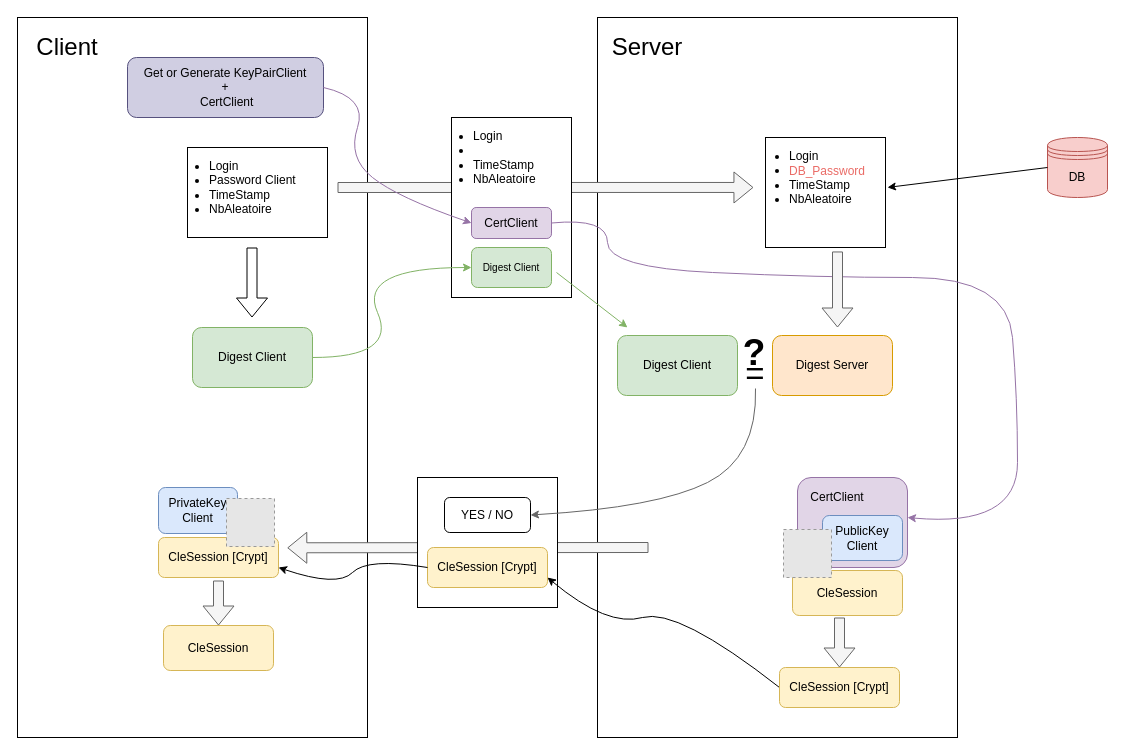
This is .Documentation/.RTI_Schema/LoginPayement_Secure.drawio from bastin-thomas/Fruit_MarketPlace_Secured, a draw.io file, before an edit. Source tidied: cells renumbered, new cells numbered last; positions are measured from the earlier drawing's top-left corner, leaving out a move shared by most shapes. Both pictures are drawn from the tidied source at 100%, with x=0, y=0 at pixel (17, 17). Pictures stored in the file or linked from it are replaced by grey dashed boxes.
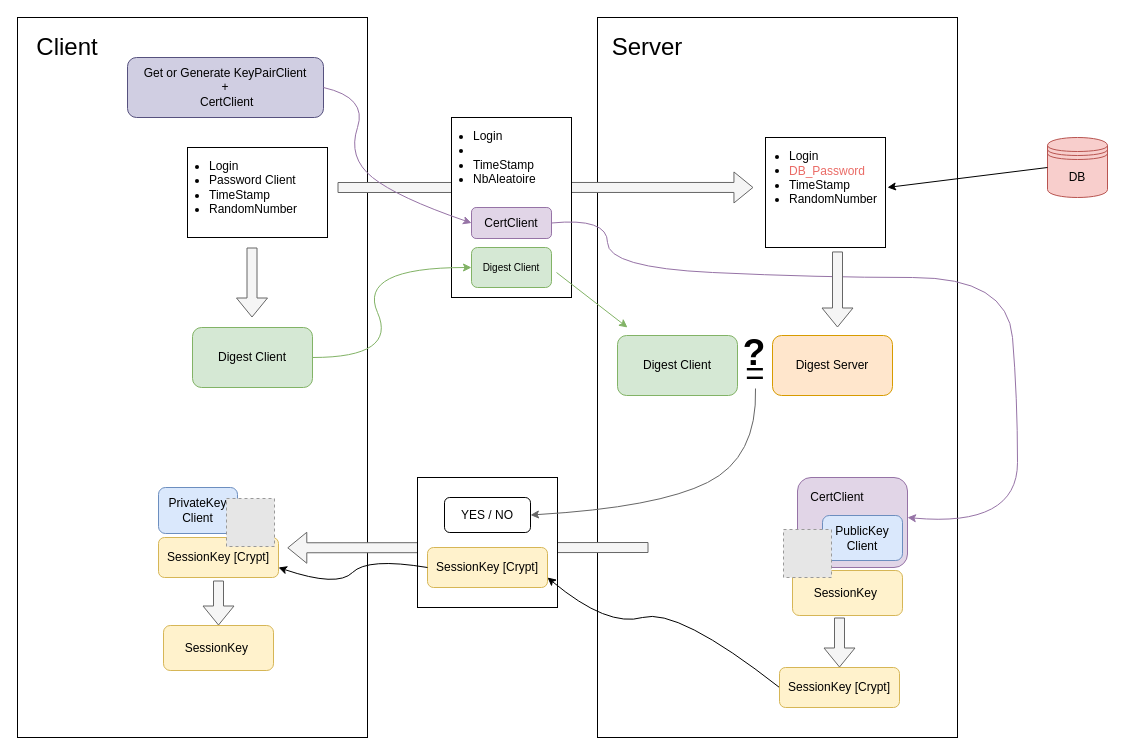
After the change.

The change refers to these unchanged cells:
```xml
<mxCell id="4" style="group;" parent="1" vertex="1">
  <mxGeometry x="150" y="110" width="170" height="120" as="geometry" />
</mxCell>
<mxCell id="10" style="group;" parent="1" vertex="1">
  <mxGeometry x="730" y="100" width="138" height="130" as="geometry" />
</mxCell>
<mxCell id="30" style="group;" parent="1" vertex="1">
  <mxGeometry x="400" y="440" width="140" height="150" as="geometry" />
</mxCell>
```

What changed in the source:
```diff
@@
-    <mxCell id="6" value="&lt;ul&gt;&lt;li&gt;Login&lt;/li&gt;&lt;li&gt;Password Client&lt;/li&gt;&lt;li&gt;TimeStamp&lt;/li&gt;&lt;li&gt;NbAleatoire&lt;/li&gt;&lt;/ul&gt;" style="text;html=1;strokeColor=none;fillColor=none;align=left;verticalAlign=middle;whiteSpace=wrap;rounded=0;" parent="4" vertex="1">
+    <mxCell id="6" value="&lt;ul&gt;&lt;li&gt;Login&lt;/li&gt;&lt;li&gt;Password Client&lt;/li&gt;&lt;li&gt;TimeStamp&lt;/li&gt;&lt;li&gt;RandomNumber&lt;/li&gt;&lt;/ul&gt;" style="text;html=1;strokeColor=none;fillColor=none;align=left;verticalAlign=middle;whiteSpace=wrap;rounded=0;" parent="4" vertex="1">
       <mxGeometry width="170" height="120" as="geometry" />
     </mxCell>
-    <mxCell id="7" style="shape=flexArrow;endArrow=classic;html=1;rounded=0;exitX=0.5;exitY=1;exitDx=0;exitDy=0;" parent="1" edge="1">
+    <mxCell id="7" style="shape=flexArrow;endArrow=classic;html=1;rounded=0;exitX=0.5;exitY=1;exitDx=0;exitDy=0;fillColor=#f5f5f5;strokeColor=#666666;" parent="1" edge="1">
       <mxGeometry relative="1" as="geometry">
         <mxPoint x="234.5" y="230" as="sourcePoint" />
         <mxPoint x="234.5" y="300" as="targetPoint" />
       </mxGeometry>
     </mxCell>
@@
-    <mxCell id="12" value="&lt;ul&gt;&lt;li&gt;Login&lt;/li&gt;&lt;li&gt;&lt;br&gt;&lt;/li&gt;&lt;li&gt;TimeStamp&lt;/li&gt;&lt;li&gt;NbAleatoire&lt;/li&gt;&lt;/ul&gt;" style="text;html=1;strokeColor=none;fillColor=none;align=left;verticalAlign=middle;whiteSpace=wrap;rounded=0;" parent="10" vertex="1">
+    <mxCell id="12" value="&lt;ul&gt;&lt;li&gt;Login&lt;/li&gt;&lt;li&gt;&lt;br&gt;&lt;/li&gt;&lt;li&gt;TimeStamp&lt;/li&gt;&lt;li style=&quot;border-color: var(--border-color);&quot;&gt;RandomNumber&lt;/li&gt;&lt;/ul&gt;" style="text;html=1;strokeColor=none;fillColor=none;align=left;verticalAlign=middle;whiteSpace=wrap;rounded=0;" parent="10" vertex="1">
       <mxGeometry width="135" height="120" as="geometry" />
     </mxCell>
@@
-    <mxCell id="32" value="CleSession [Crypt]" style="rounded=1;whiteSpace=wrap;html=1;fillColor=#fff2cc;strokeColor=#d6b656;" parent="30" vertex="1">
+    <mxCell id="32" value="SessionKey [Crypt]" style="rounded=1;whiteSpace=wrap;html=1;fillColor=#fff2cc;strokeColor=#d6b656;" parent="30" vertex="1">
       <mxGeometry x="10" y="90" width="120" height="40" as="geometry" />
     </mxCell>
@@
-    <mxCell id="34" value="CleSession" style="rounded=1;whiteSpace=wrap;html=1;fillColor=#fff2cc;strokeColor=#d6b656;" parent="1" vertex="1">
+    <mxCell id="34" value="SessionKey&amp;nbsp;" style="rounded=1;whiteSpace=wrap;html=1;fillColor=#fff2cc;strokeColor=#d6b656;" parent="1" vertex="1">
       <mxGeometry x="775" y="553" width="110" height="45" as="geometry" />
     </mxCell>
@@
-    <mxCell id="37" value="CleSession" style="rounded=1;whiteSpace=wrap;html=1;fillColor=#fff2cc;strokeColor=#d6b656;" parent="1" vertex="1">
+    <mxCell id="37" value="SessionKey&amp;nbsp;" style="rounded=1;whiteSpace=wrap;html=1;fillColor=#fff2cc;strokeColor=#d6b656;" parent="1" vertex="1">
       <mxGeometry x="146" y="608" width="110" height="45" as="geometry" />
     </mxCell>
@@
-    <mxCell id="43" value="CleSession [Crypt]" style="rounded=1;whiteSpace=wrap;html=1;fillColor=#fff2cc;strokeColor=#d6b656;" parent="1" vertex="1">
+    <mxCell id="43" value="SessionKey&amp;nbsp;[Crypt]" style="rounded=1;whiteSpace=wrap;html=1;fillColor=#fff2cc;strokeColor=#d6b656;" parent="1" vertex="1">
       <mxGeometry x="762" y="650" width="120" height="40" as="geometry" />
     </mxCell>
-    <mxCell id="44" value="CleSession [Crypt]" style="rounded=1;whiteSpace=wrap;html=1;fillColor=#fff2cc;strokeColor=#d6b656;" parent="1" vertex="1">
+    <mxCell id="44" value="SessionKey&amp;nbsp;[Crypt]" style="rounded=1;whiteSpace=wrap;html=1;fillColor=#fff2cc;strokeColor=#d6b656;" parent="1" vertex="1">
       <mxGeometry x="141" y="520" width="120" height="40" as="geometry" />
     </mxCell>
```
